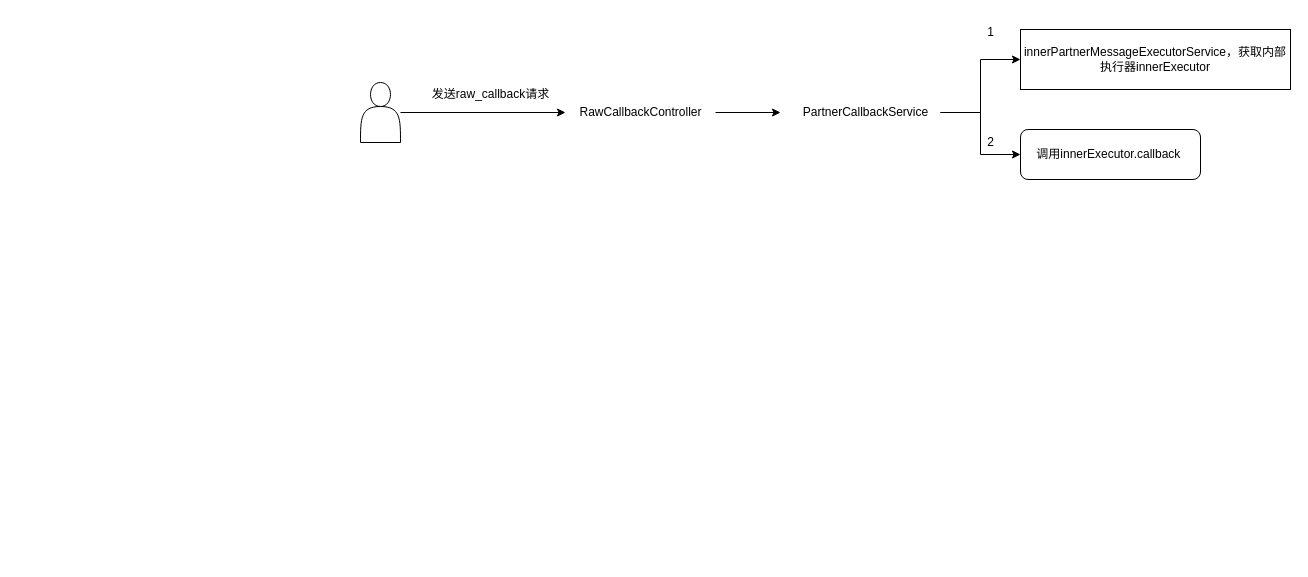
wizbao/wizbao keeps this draw.io diagram as images/diagrams/供应链.drawio. Above is the earlier version. Source tidied: cells renumbered, new cells numbered last; positions are measured from the earlier drawing's top-left corner, leaving out a move shared by most shapes. Both pictures are drawn from the tidied source at 100%, with x=0, y=0 at pixel (360, 17).
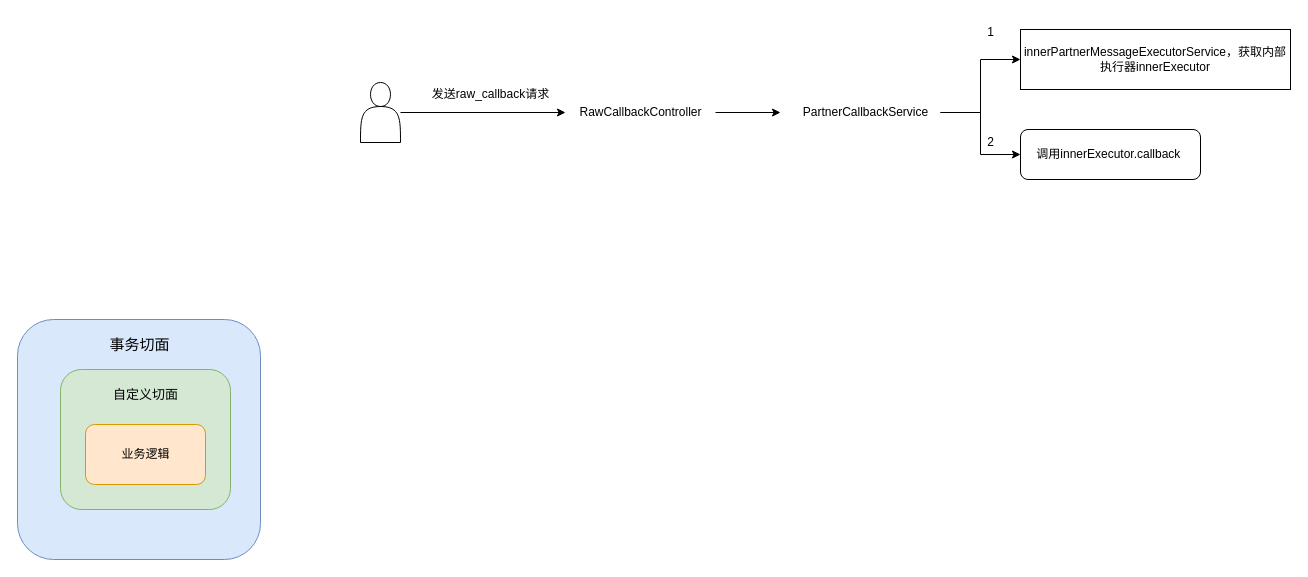
After the change.

Commit message:
更新供应链.drawio

The edit, as a diff of the source:
```diff
@@
+    <mxCell id="14" style="rounded=1;whiteSpace=wrap;html=1;fillColor=#dae8fc;strokeColor=#6c8ebf;" parent="1" vertex="1">
+      <mxGeometry x="-343" y="302" width="243" height="240" as="geometry" />
+    </mxCell>
+    <mxCell id="15" style="rounded=1;whiteSpace=wrap;html=1;fillColor=#d5e8d4;strokeColor=#82b366;" parent="1" vertex="1">
+      <mxGeometry x="-300" y="352" width="170" height="140" as="geometry" />
+    </mxCell>
+    <mxCell id="16" style="rounded=1;whiteSpace=wrap;html=1;fillColor=#ffe6cc;strokeColor=#d79b00;" parent="1" vertex="1">
+      <mxGeometry x="-275" y="407" width="120" height="60" as="geometry" />
+    </mxCell>
+    <mxCell id="17" value="&lt;font style=&quot;font-size: 15px;&quot;&gt;事务切面&lt;/font&gt;" style="text;html=1;align=center;verticalAlign=middle;strokeColor=none;fillColor=none;" parent="1" vertex="1">
+      <mxGeometry x="-261.5" y="312" width="80" height="30" as="geometry" />
+    </mxCell>
+    <mxCell id="18" value="&lt;font style=&quot;font-size: 13px;&quot;&gt;自定义切面&lt;/font&gt;" style="text;html=1;align=center;verticalAlign=middle;strokeColor=none;fillColor=none;" parent="1" vertex="1">
+      <mxGeometry x="-260" y="362" width="90" height="30" as="geometry" />
+    </mxCell>
+    <mxCell id="19" value="业务逻辑" style="text;html=1;align=center;verticalAlign=middle;strokeColor=none;fillColor=none;" parent="1" vertex="1">
+      <mxGeometry x="-250" y="422" width="70" height="30" as="geometry" />
+    </mxCell>
```
